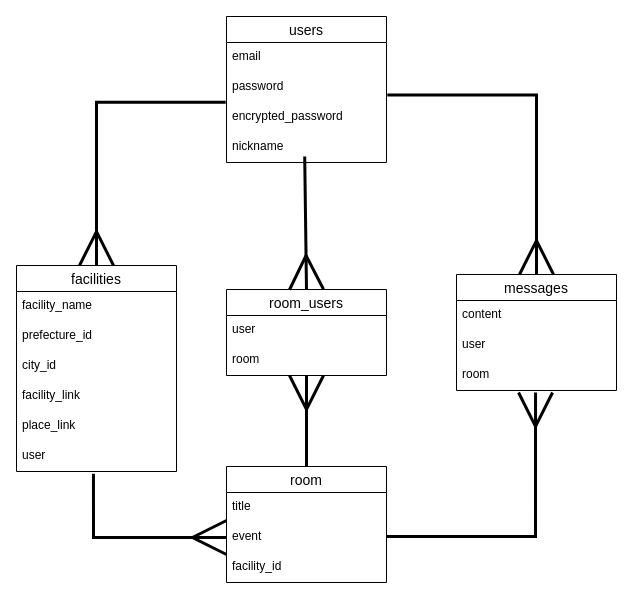
This is ER.dio from coronnoniwa/asobiba, a draw.io file, before an edit. Source tidied: cells renumbered, new cells numbered last; positions are measured from the earlier drawing's top-left corner, leaving out a move shared by most shapes. Both pictures are drawn from the tidied source at 100%, with x=0, y=0 at pixel (16, 16).
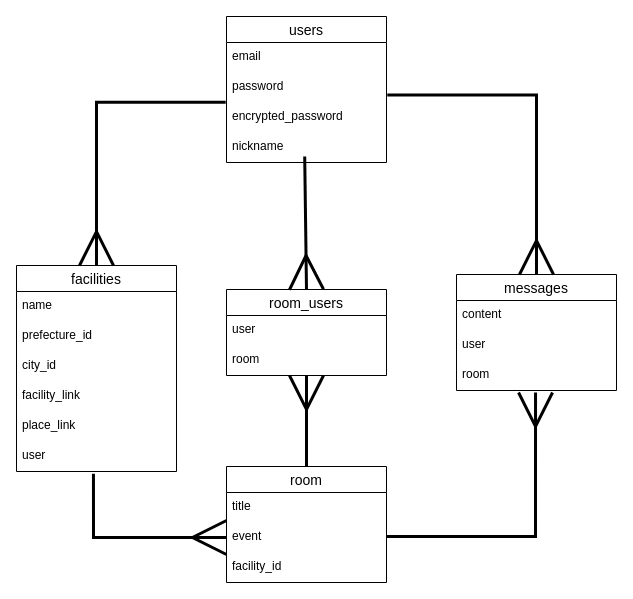
The same diagram, later.

The change refers to these unchanged cells:
```xml
<mxCell id="7" value="facilities" style="swimlane;fontStyle=0;horizontal=1;startSize=26;align=center;fontSize=14;" parent="1" vertex="1">
  <mxGeometry y="249" width="160" height="206" as="geometry" />
</mxCell>
```

Change to the diagram source:
```diff
@@
-    <mxCell id="8" value="facility_name" style="text;strokeColor=none;fillColor=none;spacingLeft=4;spacingRight=4;overflow=hidden;fontSize=12;" parent="7" vertex="1">
+    <mxCell id="8" value="name" style="text;strokeColor=none;fillColor=none;spacingLeft=4;spacingRight=4;overflow=hidden;fontSize=12;" parent="7" vertex="1">
       <mxGeometry y="26" width="160" height="30" as="geometry" />
     </mxCell>
```
